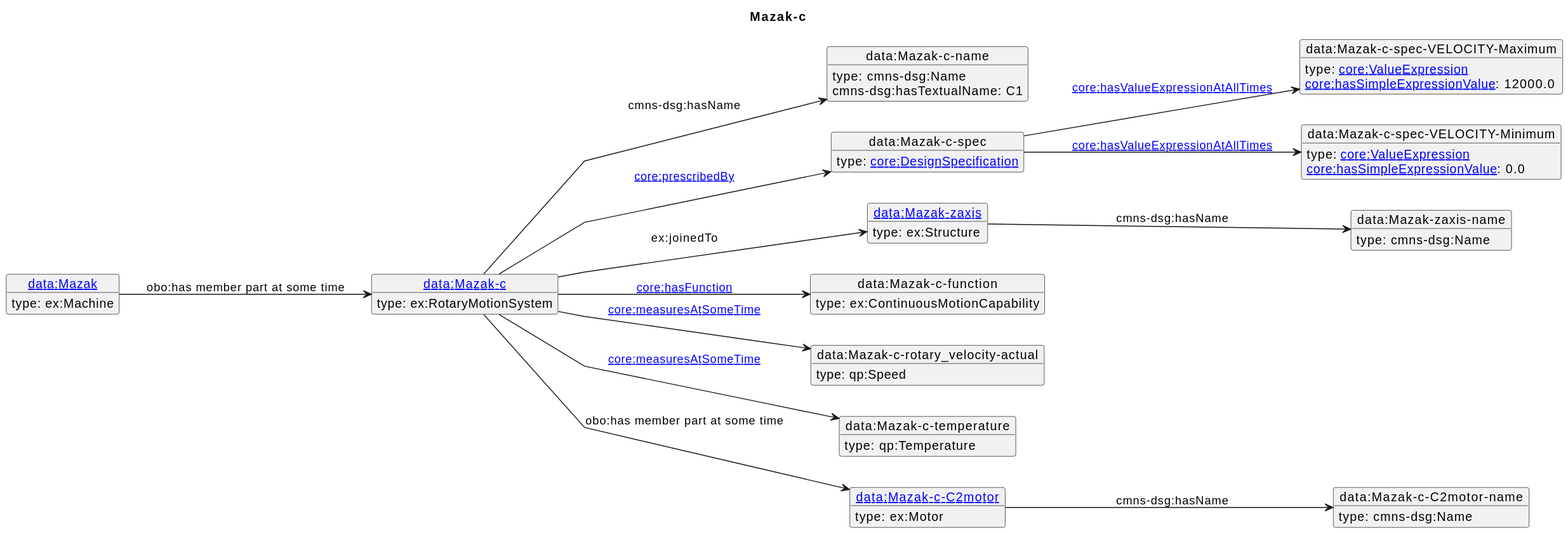
iofoundry/example-syseng-mtconnect keeps this PlantUML diagram as diagrams/Mazak-c.svg. Above is the earlier version.
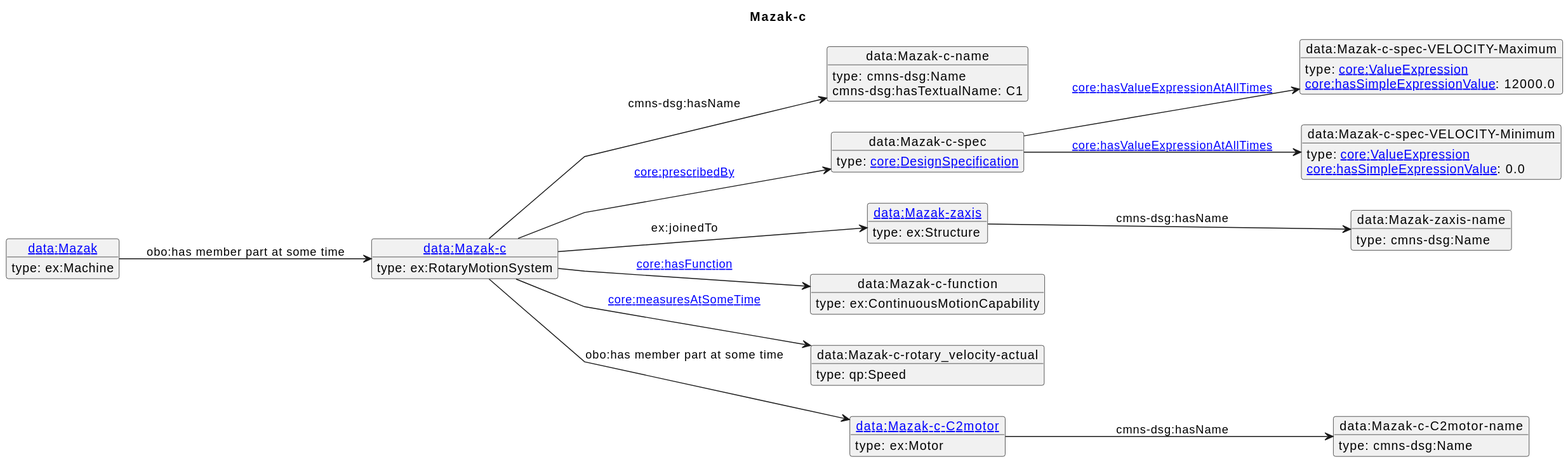
After the change.

Diff of the diagram source:
```diff
@@ -29,16 +29,13 @@
 object "data:Mazak-c-rotary_velocity-actual" as o9 {
  type: qp:Speed
 }
-object "data:Mazak-c-temperature" as o10 {
- type: qp:Temperature
-}
-object "[[./Mazak-c-C2motor.html data:Mazak-c-C2motor]]" as o11 {
+object "[[./Mazak-c-C2motor.html data:Mazak-c-C2motor]]" as o10 {
  type: ex:Motor
 }
-object "data:Mazak-c-C2motor-name" as o12 {
+object "data:Mazak-c-C2motor-name" as o11 {
  type: cmns-dsg:Name
 }
-object "[[./Mazak.html data:Mazak]]" as o13 {
+object "[[./Mazak.html data:Mazak]]" as o12 {
  type: ex:Machine
 }
 o1 --> o2 : cmns-dsg:hasName
@@ -52,8 +49,7 @@
 o6 --> o7 : cmns-dsg:hasName
 o1 --> o8 : [[https://spec.industrialontologies.org/ontology/core/Core/hasFunction core:hasFunction]]
 o1 --> o9 : [[https://spec.industrialontologies.org/ontology/core/Core/measuresAtSomeTime core:measuresAtSomeTime]]
-o1 --> o10 : [[https://spec.industrialontologies.org/ontology/core/Core/measuresAtSomeTime core:measuresAtSomeTime]]
-o1 --> o11 : obo:has member part at some time
-o11 --> o12 : cmns-dsg:hasName
-o13 --> o1 : obo:has member part at some time
+o1 --> o10 : obo:has member part at some time
+o10 --> o11 : cmns-dsg:hasName
+o12 --> o1 : obo:has member part at some time
 @enduml
```
